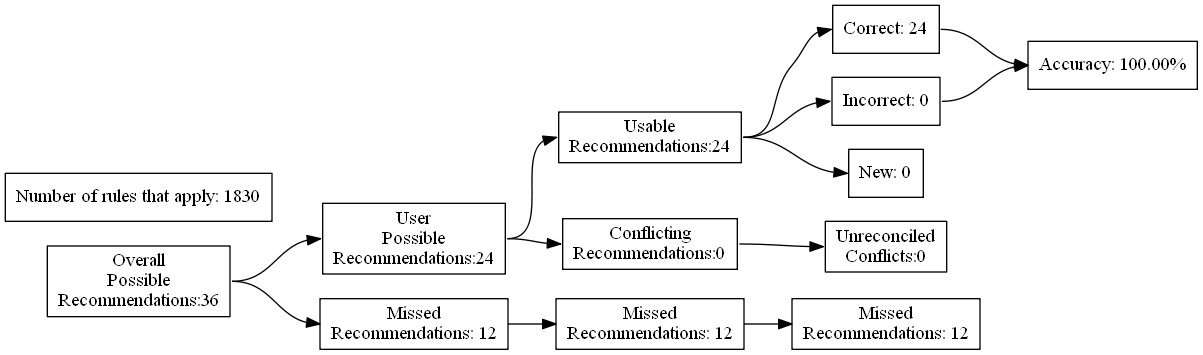
The Graphviz diagram test_renders/65.gv.png in ZaxR/ibd_diet_analysis, before a commit. Its source is kept beside it as test_renders/65.gv.
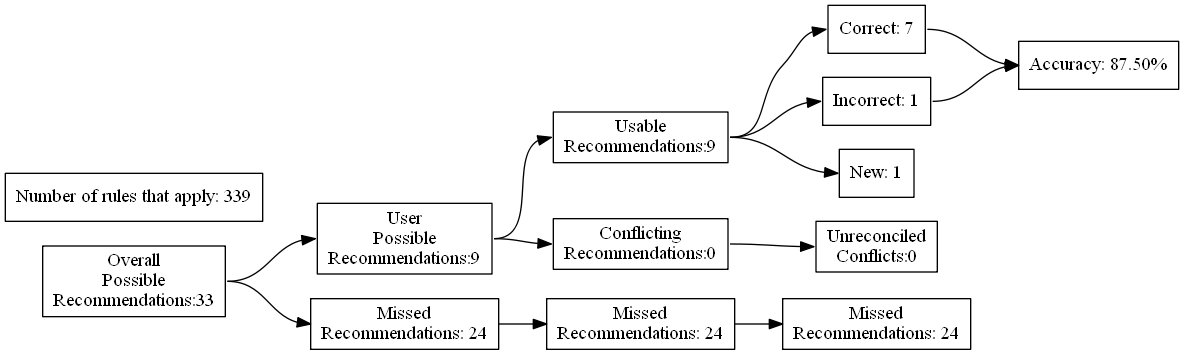
Above is the later version.

Change to the diagram source:
```diff
@@ -4,27 +4,27 @@
 	edge [headport=w tailport=e]
 		A [label="Overall
 Possible
-Recommendations:36"]
+Recommendations:33"]
 		B [label="User
 Possible
-Recommendations:24"]
+Recommendations:9"]
 		C [label="Missed
-Recommendations: 12"]
+Recommendations: 24"]
 		D [label="Usable
-Recommendations:24"]
+Recommendations:9"]
 		E [label="Conflicting
 Recommendations:0"]
 		J [label="Missed
-Recommendations: 12"]
+Recommendations: 24"]
 		M [label="Unreconciled
 Conflicts:0"]
-		F [label="Correct: 24"]
-		G [label="Incorrect: 0"]
-		H [label="New: 0"]
+		F [label="Correct: 7"]
+		G [label="Incorrect: 1"]
+		H [label="New: 1"]
 		K [label="Missed
-Recommendations: 12"]
-		I [label="Accuracy: 100.00%"]
-		l [label="Number of rules that apply: 1830"]
+Recommendations: 24"]
+		I [label="Accuracy: 87.50%"]
+		l [label="Number of rules that apply: 339"]
 			A -> B
 			A -> C
 			B -> D
```
